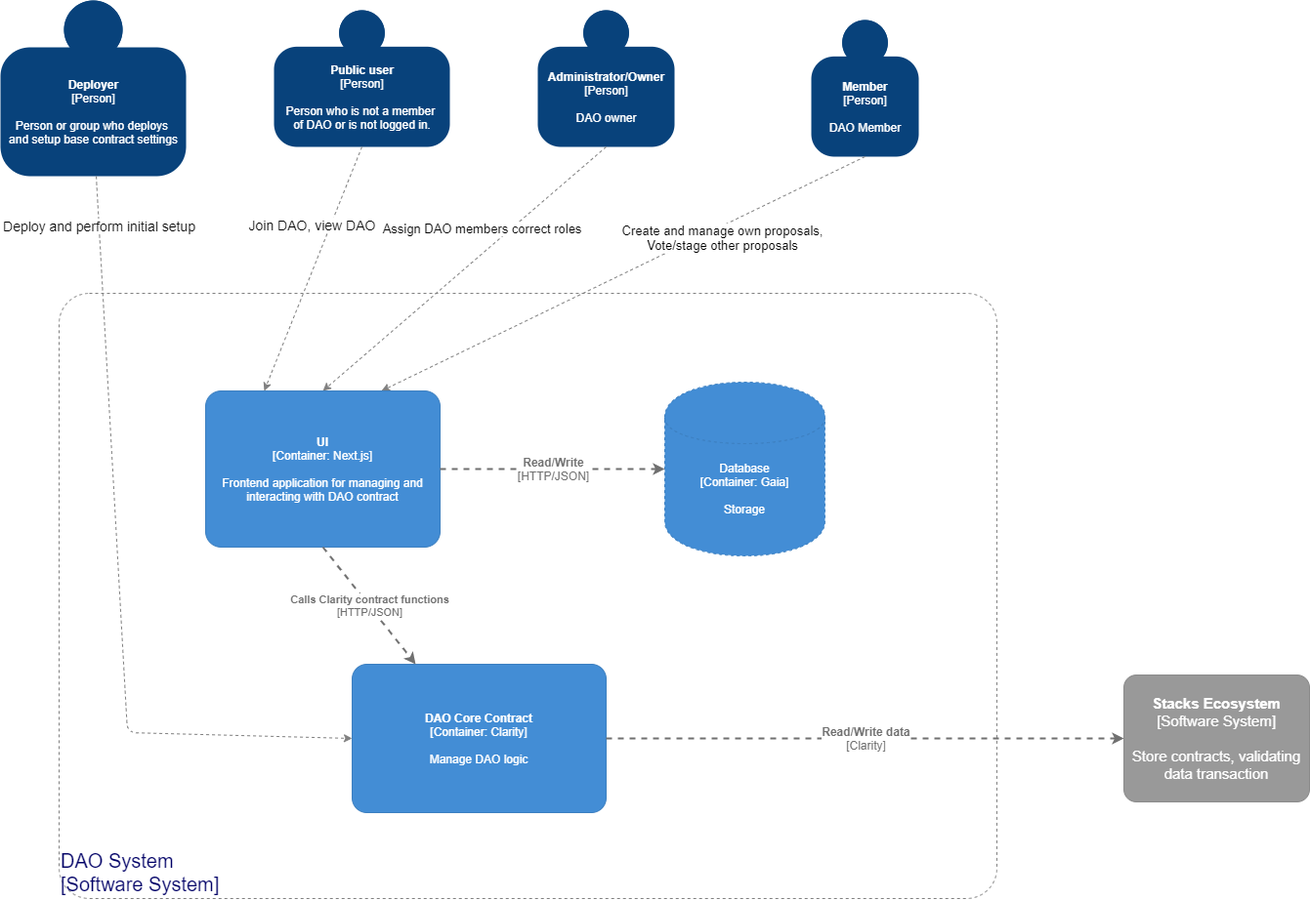
Before: docs/DAO-1.2-layer2.png, a diagram exported from draw.io (syvita/daoos). Source tidied: cells renumbered, new cells last; positions are measured from the earlier drawing's top-left corner, leaving out a move shared by most shapes.
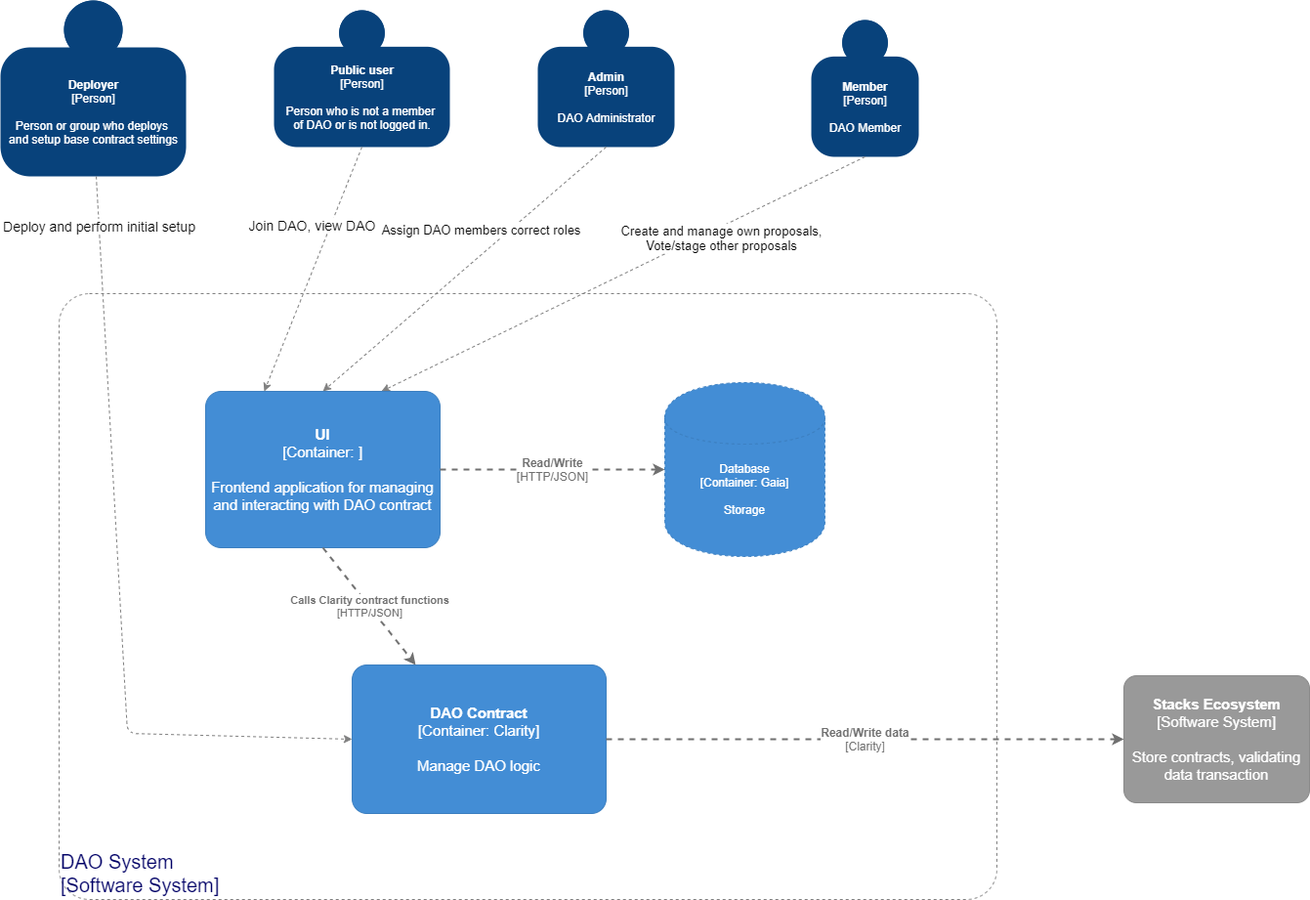
After the change.

Diff of the diagram source:
```diff
@@ -12,7 +12,7 @@
         <mxGeometry width="190" height="180" as="geometry" />
       </mxCell>
     </object>
-    <object id="4" label="&lt;b&gt;%c4Name%&lt;/b&gt;&lt;div&gt;[%c4Type%]&lt;/div&gt;&lt;br&gt;&lt;div&gt;%c4Description%&lt;/div&gt;" c4Description="DAO owner" c4Name="Administrator/Owner" c4Type="Person" placeholders="1">
+    <object id="4" label="&lt;b&gt;%c4Name%&lt;/b&gt;&lt;div&gt;[%c4Type%]&lt;/div&gt;&lt;br&gt;&lt;div&gt;%c4Description%&lt;/div&gt;" c4Description="DAO Administrator" c4Name="Admin" c4Type="Person" placeholders="1">
       <mxCell style="html=1;dashed=0;whitespace=wrap;fillColor=#08427b;strokeColor=none;fontColor=#ffffff;shape=mxgraph.c4.person;align=center;points=[[0.5,0,0],[1,0.5,0],[1,0.75,0],[0.75,1,0],[0.5,1,0],[0.25,1,0],[0,0.75,0],[0,0.5,0]];metaData={&quot;c4Type&quot;:{&quot;editable&quot;:false}};" parent="1" vertex="1">
         <mxGeometry x="550" y="10" width="140" height="140" as="geometry" />
       </mxCell>
@@ -59,13 +59,13 @@
     <mxCell id="13" value="Assign DAO members correct roles" style="endArrow=classic;html=1;entryX=0.5;entryY=0;entryDx=0;entryDy=0;entryPerimeter=0;fontSize=13;exitX=0.5;exitY=1;exitDx=0;exitDy=0;exitPerimeter=0;dashed=1;strokeColor=#808080;" parent="1" edge="1" source="4" target="14">
       <mxGeometry x="-0.21" y="-19" relative="1" as="geometry" />
     </mxCell>
-    <object id="14" label="&lt;b&gt;%c4Name%&lt;/b&gt;&lt;div&gt;[%c4Type%: %c4Technology%]&lt;/div&gt;&lt;br&gt;&lt;div&gt;%c4Description%&lt;/div&gt;" c4Description="Frontend application for managing and interacting with DAO contract" c4Name="UI" c4Technology="Next.js" c4Type="Container" placeholders="1">
-      <mxCell style="rounded=1;whiteSpace=wrap;html=1;labelBackgroundColor=none;fillColor=#438DD5;fontColor=#ffffff;align=center;arcSize=10;strokeColor=#3C7FC0;metaData={&quot;c4Type&quot;:{&quot;editable&quot;:false}};points=[[0.25,0,0],[0.5,0,0],[0.75,0,0],[1,0.25,0],[1,0.5,0],[1,0.75,0],[0.75,1,0],[0.5,1,0],[0.25,1,0],[0,0.75,0],[0,0.5,0],[0,0.25,0]];" parent="1" vertex="1">
+    <object id="14" label="&lt;b style=&quot;font-size: 15px;&quot;&gt;%c4Name%&lt;/b&gt;&lt;div style=&quot;font-size: 15px;&quot;&gt;[%c4Type%: %c4Technology%]&lt;/div&gt;&lt;br style=&quot;font-size: 15px;&quot;&gt;&lt;div style=&quot;font-size: 15px;&quot;&gt;%c4Description%&lt;/div&gt;" c4Description="Frontend application for managing and interacting with DAO contract" c4Name="UI" c4Technology="" c4Type="Container" placeholders="1">
+      <mxCell style="rounded=1;whiteSpace=wrap;html=1;labelBackgroundColor=none;fillColor=#438DD5;fontColor=#ffffff;align=center;arcSize=10;strokeColor=#3C7FC0;metaData={&quot;c4Type&quot;:{&quot;editable&quot;:false}};points=[[0.25,0,0],[0.5,0,0],[0.75,0,0],[1,0.25,0],[1,0.5,0],[1,0.75,0],[0.75,1,0],[0.5,1,0],[0.25,1,0],[0,0.75,0],[0,0.5,0],[0,0.25,0]];fontSize=15;" parent="1" vertex="1">
         <mxGeometry x="210" y="400" width="240" height="160" as="geometry" />
       </mxCell>
     </object>
-    <object id="15" label="&lt;b&gt;%c4Name%&lt;/b&gt;&lt;div&gt;[%c4Type%: %c4Technology%]&lt;/div&gt;&lt;br&gt;&lt;div&gt;%c4Description%&lt;/div&gt;" c4Description="Manage DAO logic" c4Name="DAO Core Contract" c4Technology="Clarity" c4Type="Container" placeholders="1">
-      <mxCell style="rounded=1;whiteSpace=wrap;html=1;labelBackgroundColor=none;fillColor=#438DD5;fontColor=#ffffff;align=center;arcSize=10;strokeColor=#3C7FC0;metaData={&quot;c4Type&quot;:{&quot;editable&quot;:false}};points=[[0.25,0,0],[0.5,0,0],[0.75,0,0],[1,0.25,0],[1,0.5,0],[1,0.75,0],[0.75,1,0],[0.5,1,0],[0.25,1,0],[0,0.75,0],[0,0.5,0],[0,0.25,0]];" parent="1" vertex="1">
+    <object id="15" label="&lt;b style=&quot;font-size: 15px;&quot;&gt;%c4Name%&lt;/b&gt;&lt;div style=&quot;font-size: 15px;&quot;&gt;[%c4Type%: %c4Technology%]&lt;/div&gt;&lt;br style=&quot;font-size: 15px;&quot;&gt;&lt;div style=&quot;font-size: 15px;&quot;&gt;%c4Description%&lt;/div&gt;" c4Description="Manage DAO logic" c4Name="DAO Contract" c4Technology="Clarity" c4Type="Container" placeholders="1">
+      <mxCell style="rounded=1;whiteSpace=wrap;html=1;labelBackgroundColor=none;fillColor=#438DD5;fontColor=#ffffff;align=center;arcSize=10;strokeColor=#3C7FC0;metaData={&quot;c4Type&quot;:{&quot;editable&quot;:false}};points=[[0.25,0,0],[0.5,0,0],[0.75,0,0],[1,0.25,0],[1,0.5,0],[1,0.75,0],[0.75,1,0],[0.5,1,0],[0.25,1,0],[0,0.75,0],[0,0.5,0],[0,0.25,0]];fontSize=15;" parent="1" vertex="1">
         <mxGeometry x="360" y="680" width="260" height="152" as="geometry" />
       </mxCell>
     </object>
```
